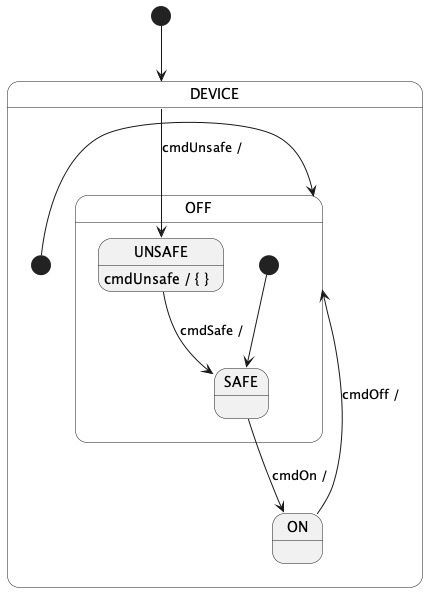
The PlantUML diagram docs/users-guide/diagrams/state-machine/InheritedTransitions.png in nasa/fpp, before a commit. Source of this version:
```plantuml
@startuml

[*] --> DEVICE

state DEVICE {

  [*] -> OFF

  DEVICE --> UNSAFE : cmdUnsafe /

  state OFF {
    [*] --> SAFE
    state SAFE {
      SAFE --> ON : cmdOn /
    }
    state UNSAFE {
      UNSAFE : cmdUnsafe / { }
      UNSAFE --> SAFE : cmdSafe /
    }
  }

  state ON {

    ON --> OFF : cmdOff /

  }

}

@enduml
```
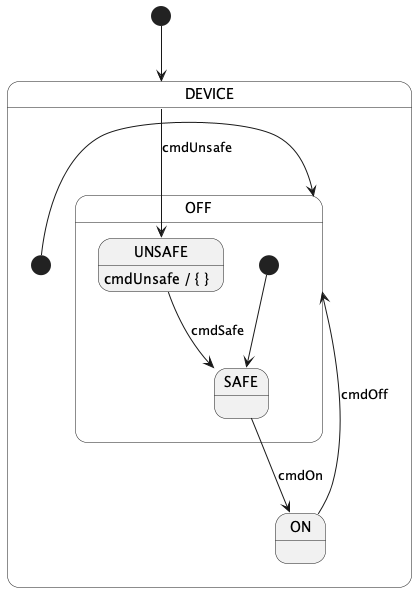
Above is the later version.

What changed in the source:
```diff
@@ -6,22 +6,22 @@
 
   [*] -> OFF
 
-  DEVICE --> UNSAFE : cmdUnsafe /
+  DEVICE --> UNSAFE : cmdUnsafe
 
   state OFF {
     [*] --> SAFE
     state SAFE {
-      SAFE --> ON : cmdOn /
+      SAFE --> ON : cmdOn
     }
     state UNSAFE {
       UNSAFE : cmdUnsafe / { }
-      UNSAFE --> SAFE : cmdSafe /
+      UNSAFE --> SAFE : cmdSafe
     }
   }
 
   state ON {
 
-    ON --> OFF : cmdOff /
+    ON --> OFF : cmdOff
 
   }
 
```
